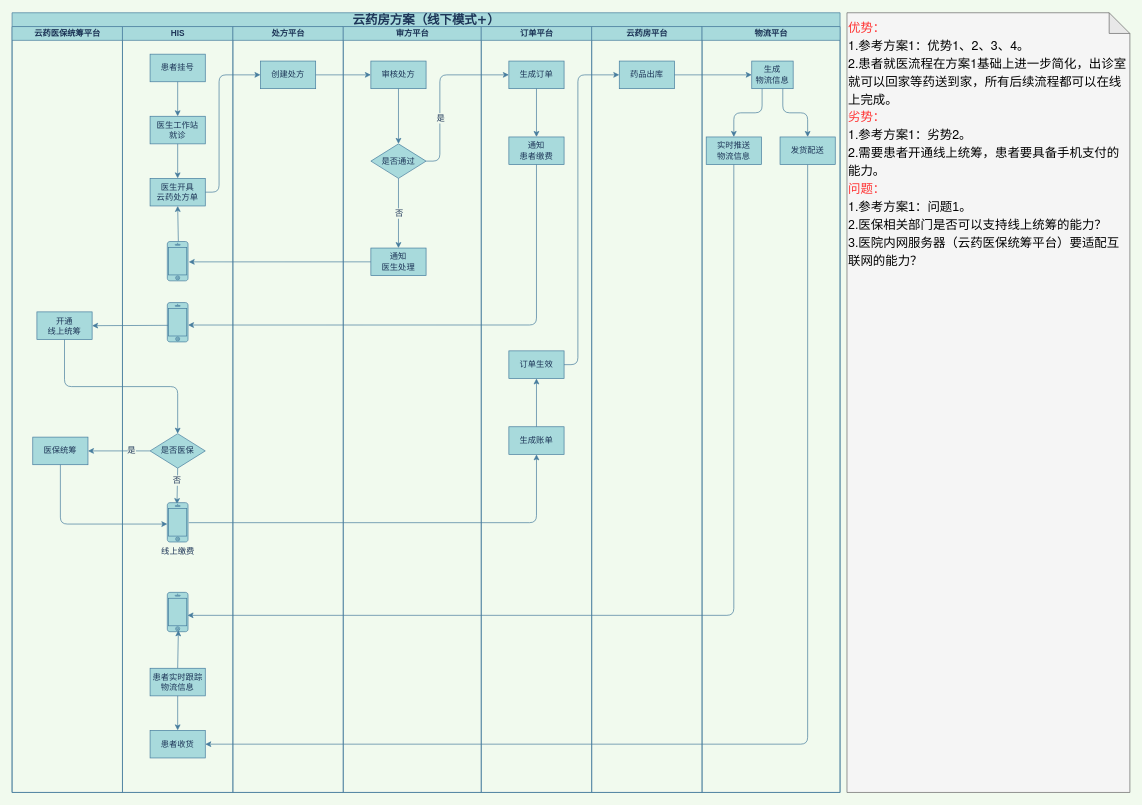
This is page "方案2" (3 of 4) of designChart/微医_流程图_云药房.drawio from cssyusyu/MyDesignDocument, a draw.io file, before an edit. Source tidied: cells renumbered, new cells numbered last; positions are measured from the earlier drawing's top-left corner, leaving out a move shared by most shapes. Both pictures are drawn from the tidied source at 69%, with x=0, y=0 at pixel (12, 12).
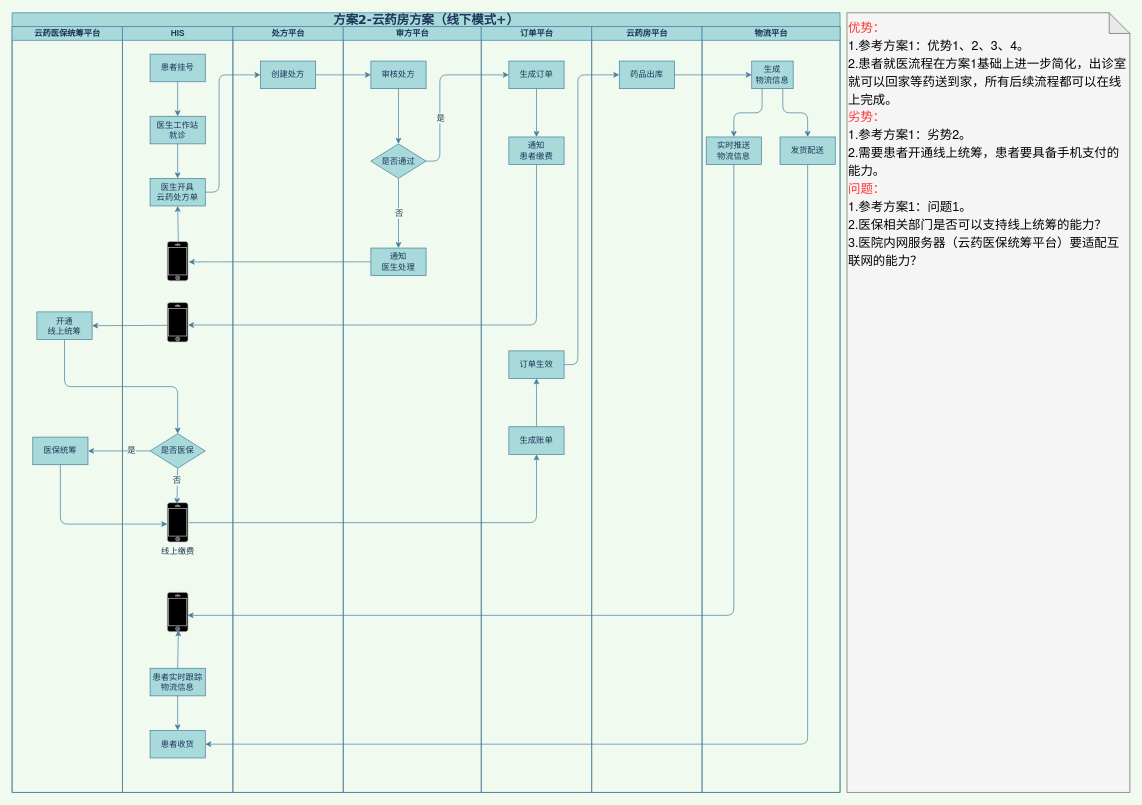
After the change.

Unchanged cells that the change refers to:
```xml
<mxCell id="6" value="HIS" style="swimlane;html=1;startSize=20;fillColor=#A8DADC;strokeColor=#457B9D;fontColor=#1D3557;" parent="2" vertex="1">
  <mxGeometry x="160" y="20" width="160" height="1110" as="geometry" />
</mxCell>
```

Diff of the diagram source:
```diff
@@
-    <mxCell id="2" value="&lt;font style=&quot;font-size: 18px&quot;&gt;云药房方案（线下模式+）&lt;/font&gt;" style="swimlane;html=1;startSize=20;shadow=0;labelBackgroundColor=none;strokeWidth=1;fontFamily=Verdana;fontSize=8;align=center;fillColor=#A8DADC;strokeColor=#457B9D;fontColor=#1D3557;" parent="1" vertex="1">
+    <mxCell id="2" value="&lt;font style=&quot;font-size: 18px&quot;&gt;方案2-云药房方案（线下模式+）&lt;/font&gt;" style="swimlane;html=1;startSize=20;shadow=0;labelBackgroundColor=none;strokeWidth=1;fontFamily=Verdana;fontSize=8;align=center;fillColor=#A8DADC;strokeColor=#457B9D;fontColor=#1D3557;" parent="1" vertex="1">
       <mxGeometry width="1200" height="1130" as="geometry" />
     </mxCell>
@@
-    <mxCell id="8" style="html=1;verticalLabelPosition=bottom;verticalAlign=top;shadow=0;dashed=0;strokeWidth=1;shape=mxgraph.ios7.misc.iphone;strokeColor=#457B9D;rounded=0;fontSize=12;fontColor=#1D3557;fillColor=#A8DADC;labelBackgroundColor=#F1FAEE;" parent="6" vertex="1">
+    <mxCell id="8" style="html=1;verticalLabelPosition=bottom;verticalAlign=top;shadow=0;dashed=0;strokeWidth=1;shape=mxgraph.ios7.misc.iphone;rounded=0;fontSize=12;fontColor=#1D3557;labelBackgroundColor=#F1FAEE;fillColor=#000000;strokeColor=#C0C0C0;" parent="6" vertex="1">
       <mxGeometry x="65" y="820" width="30" height="57" as="geometry" />
     </mxCell>
@@
-    <mxCell id="18" style="html=1;verticalLabelPosition=bottom;verticalAlign=top;shadow=0;dashed=0;strokeWidth=1;shape=mxgraph.ios7.misc.iphone;strokeColor=#457B9D;rounded=0;fontSize=12;fontColor=#1D3557;fillColor=#A8DADC;labelBackgroundColor=#F1FAEE;" parent="6" vertex="1">
+    <mxCell id="18" style="html=1;verticalLabelPosition=bottom;verticalAlign=top;shadow=0;dashed=0;strokeWidth=1;shape=mxgraph.ios7.misc.iphone;rounded=0;fontSize=12;fontColor=#1D3557;labelBackgroundColor=#F1FAEE;fillColor=#000000;strokeColor=#C0C0C0;" parent="6" vertex="1">
       <mxGeometry x="65" y="400" width="30" height="57" as="geometry" />
     </mxCell>
@@
-    <mxCell id="22" style="html=1;verticalLabelPosition=bottom;verticalAlign=top;shadow=0;dashed=0;strokeWidth=1;shape=mxgraph.ios7.misc.iphone;strokeColor=#457B9D;rounded=0;fontSize=12;fontColor=#1D3557;fillColor=#A8DADC;labelBackgroundColor=#F1FAEE;" parent="6" vertex="1">
+    <mxCell id="22" style="html=1;verticalLabelPosition=bottom;verticalAlign=top;shadow=0;dashed=0;strokeWidth=1;shape=mxgraph.ios7.misc.iphone;rounded=0;fontSize=12;fontColor=#1D3557;labelBackgroundColor=#F1FAEE;fillColor=#000000;strokeColor=#C0C0C0;" parent="6" vertex="1">
       <mxGeometry x="65" y="311.5" width="30" height="57" as="geometry" />
     </mxCell>
-    <mxCell id="23" value="线上缴费" style="html=1;verticalLabelPosition=bottom;verticalAlign=top;shadow=0;dashed=0;strokeWidth=1;shape=mxgraph.ios7.misc.iphone;strokeColor=#457B9D;rounded=0;fontSize=12;fontColor=#1D3557;fillColor=#A8DADC;labelBackgroundColor=#F1FAEE;" parent="6" vertex="1">
+    <mxCell id="23" value="线上缴费" style="html=1;verticalLabelPosition=bottom;verticalAlign=top;shadow=0;dashed=0;strokeWidth=1;shape=mxgraph.ios7.misc.iphone;rounded=0;fontSize=12;fontColor=#1D3557;labelBackgroundColor=#F1FAEE;fillColor=#000000;strokeColor=#C0C0C0;" parent="6" vertex="1">
       <mxGeometry x="65" y="690" width="30" height="57" as="geometry" />
     </mxCell>
```
